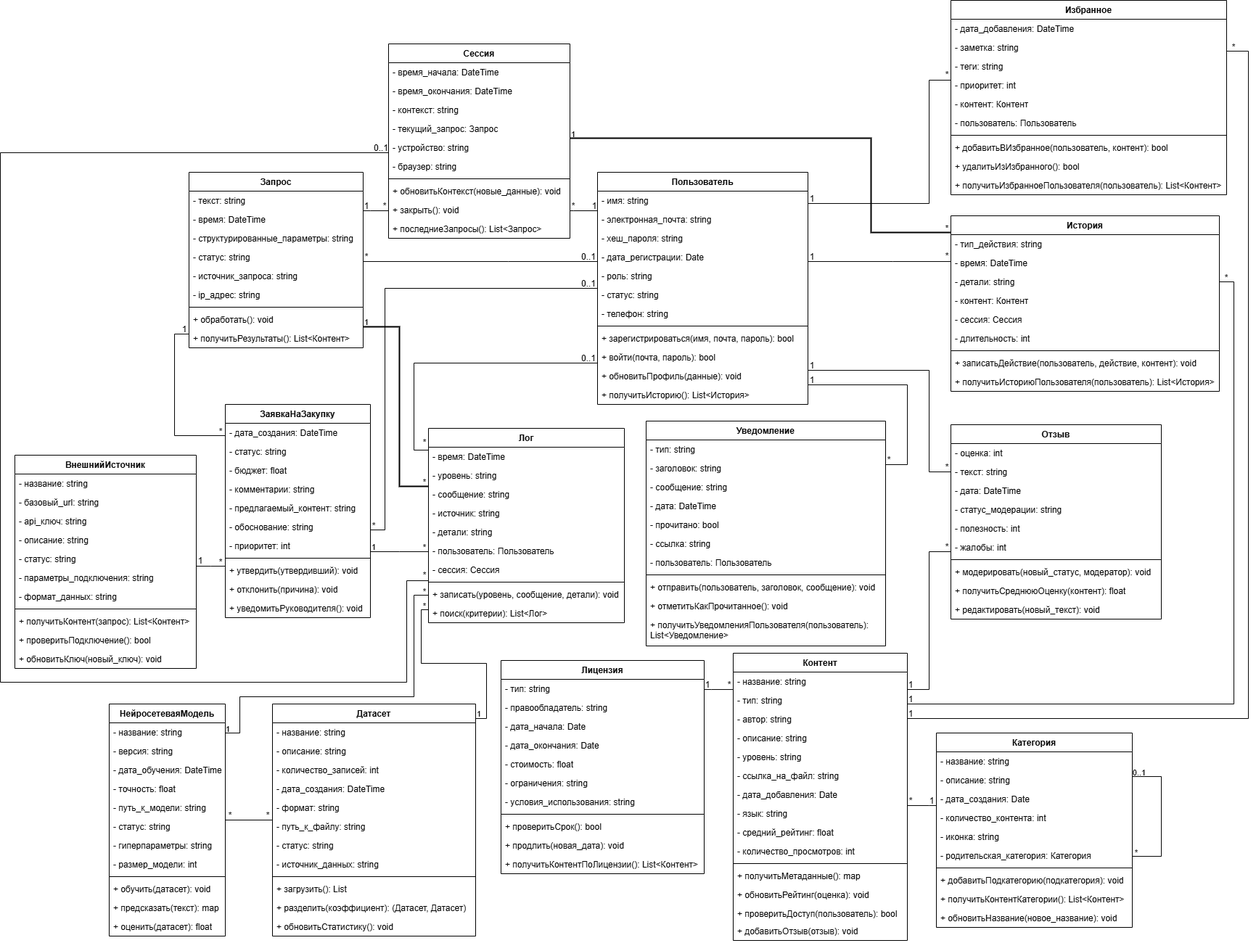
This is 6 семестр/Автоматизированные системы управление элементами промышленных и административных объектов/Практическая работа №4/Классы.drawio.png from Hohrandrey/RTU_MIREA_2023-2027, a draw.io export, as it was before one commit. Source tidied: cells renumbered, new cells last; positions are measured from the earlier drawing's top-left corner, leaving out a move shared by most shapes.
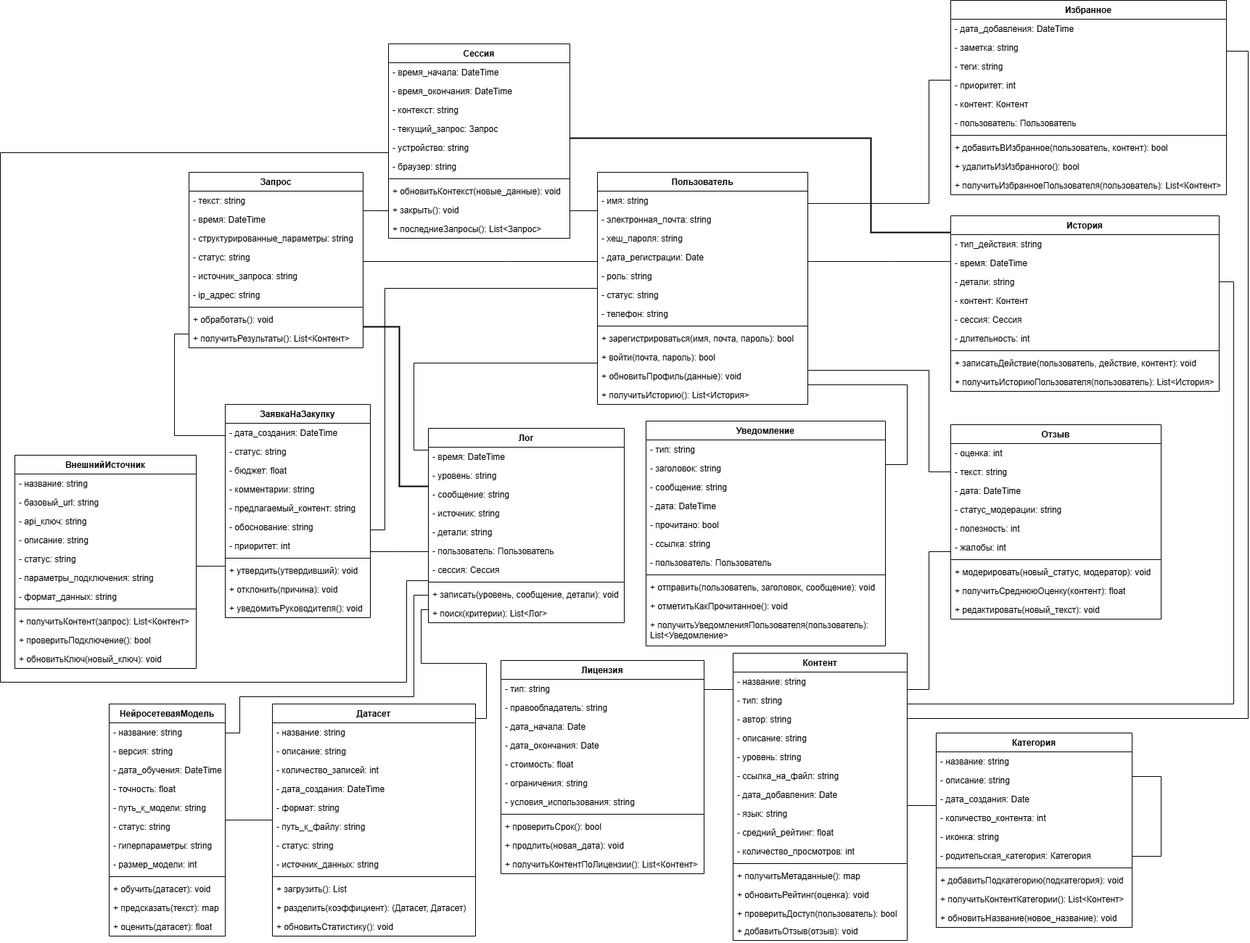
The same file after the commit.

Diff of the diagram source:
```diff
@@ -572,24 +572,6 @@
     <mxCell id="176" value="+ обновитьСтатистику(): void" style="text;strokeColor=none;fillColor=none;align=left;verticalAlign=top;spacingLeft=4;spacingRight=4;overflow=hidden;whiteSpace=wrap;html=1;" parent="164" vertex="1">
       <mxGeometry y="294" width="280" height="26" as="geometry" />
     </mxCell>
-    <mxCell id="177" value="1" style="text;html=1;whiteSpace=wrap;strokeColor=none;fillColor=none;align=center;verticalAlign=middle;rounded=0;" parent="1" vertex="1">
-      <mxGeometry x="1089" y="339" width="60" height="30" as="geometry" />
-    </mxCell>
-    <mxCell id="178" value="*" style="text;html=1;whiteSpace=wrap;strokeColor=none;fillColor=none;align=center;verticalAlign=middle;rounded=0;" parent="1" vertex="1">
-      <mxGeometry x="1275" y="338" width="60" height="30" as="geometry" />
-    </mxCell>
-    <mxCell id="179" value="*" style="text;html=1;whiteSpace=wrap;strokeColor=none;fillColor=none;align=center;verticalAlign=middle;rounded=0;" parent="1" vertex="1">
-      <mxGeometry x="1275" y="88" width="60" height="30" as="geometry" />
-    </mxCell>
-    <mxCell id="180" value="0..1" style="text;html=1;whiteSpace=wrap;strokeColor=none;fillColor=none;align=center;verticalAlign=middle;rounded=0;" parent="1" vertex="1">
-      <mxGeometry x="781" y="339" width="60" height="30" as="geometry" />
-    </mxCell>
-    <mxCell id="181" value="*" style="text;html=1;whiteSpace=wrap;strokeColor=none;fillColor=none;align=center;verticalAlign=middle;rounded=0;" parent="1" vertex="1">
-      <mxGeometry x="475" y="339" width="60" height="30" as="geometry" />
-    </mxCell>
-    <mxCell id="182" value="*" style="text;html=1;whiteSpace=wrap;strokeColor=none;fillColor=none;align=center;verticalAlign=middle;rounded=0;" parent="1" vertex="1">
-      <mxGeometry x="1275" y="629" width="60" height="30" as="geometry" />
-    </mxCell>
     <mxCell id="183" value="Уведомление" style="swimlane;fontStyle=1;align=center;verticalAlign=top;horizontal=1;startSize=26;whiteSpace=wrap;html=1;" parent="1" vertex="1">
       <mxGeometry x="890" y="580" width="330" height="310" as="geometry" />
     </mxCell>
@@ -626,15 +608,6 @@
     <mxCell id="194" value="+ получитьУведомленияПользователя(пользователь): List&lt;Уведомление&gt;" style="text;strokeColor=none;fillColor=none;align=left;verticalAlign=top;spacingLeft=4;spacingRight=4;overflow=hidden;whiteSpace=wrap;html=1;" parent="183" vertex="1">
       <mxGeometry y="268" width="330" height="42" as="geometry" />
     </mxCell>
-    <mxCell id="195" value="*" style="text;html=1;whiteSpace=wrap;strokeColor=none;fillColor=none;align=center;verticalAlign=middle;rounded=0;" parent="1" vertex="1">
-      <mxGeometry x="1195" y="619" width="60" height="30" as="geometry" />
-    </mxCell>
-    <mxCell id="196" value="1" style="text;html=1;whiteSpace=wrap;strokeColor=none;fillColor=none;align=center;verticalAlign=middle;rounded=0;" parent="1" vertex="1">
-      <mxGeometry x="1089" y="489" width="60" height="30" as="geometry" />
-    </mxCell>
-    <mxCell id="197" value="1" style="text;html=1;whiteSpace=wrap;strokeColor=none;fillColor=none;align=center;verticalAlign=middle;rounded=0;" parent="1" vertex="1">
-      <mxGeometry x="1089" y="259" width="60" height="30" as="geometry" />
-    </mxCell>
     <mxCell id="198" style="edgeStyle=orthogonalEdgeStyle;rounded=0;jettySize=auto;html=1;endArrow=none;endFill=0;" parent="1" edge="1" source="7" target="105">
       <mxGeometry relative="1" as="geometry">
         <Array as="points">
@@ -643,33 +616,6 @@
         </Array>
       </mxGeometry>
     </mxCell>
-    <mxCell id="199" value="0..1" style="text;html=1;whiteSpace=wrap;strokeColor=none;fillColor=none;align=center;verticalAlign=middle;rounded=0;" parent="1" vertex="1">
-      <mxGeometry x="781" y="376" width="60" height="30" as="geometry" />
-    </mxCell>
-    <mxCell id="200" value="*" style="text;html=1;whiteSpace=wrap;strokeColor=none;fillColor=none;align=center;verticalAlign=middle;rounded=0;" parent="1" vertex="1">
-      <mxGeometry x="485" y="710" width="60" height="30" as="geometry" />
-    </mxCell>
-    <mxCell id="201" value="*" style="text;html=1;whiteSpace=wrap;strokeColor=none;fillColor=none;align=center;verticalAlign=middle;rounded=0;" parent="1" vertex="1">
-      <mxGeometry x="975" y="929" width="60" height="30" as="geometry" />
-    </mxCell>
-    <mxCell id="202" value="1" style="text;html=1;whiteSpace=wrap;strokeColor=none;fillColor=none;align=center;verticalAlign=middle;rounded=0;" parent="1" vertex="1">
-      <mxGeometry x="945" y="929" width="60" height="30" as="geometry" />
-    </mxCell>
-    <mxCell id="203" value="1" style="text;html=1;whiteSpace=wrap;strokeColor=none;fillColor=none;align=center;verticalAlign=middle;rounded=0;" parent="1" vertex="1">
-      <mxGeometry x="1225" y="929" width="60" height="30" as="geometry" />
-    </mxCell>
-    <mxCell id="204" value="*" style="text;html=1;whiteSpace=wrap;strokeColor=none;fillColor=none;align=center;verticalAlign=middle;rounded=0;" parent="1" vertex="1">
-      <mxGeometry x="1275" y="739" width="60" height="30" as="geometry" />
-    </mxCell>
-    <mxCell id="205" value="*" style="text;html=1;whiteSpace=wrap;strokeColor=none;fillColor=none;align=center;verticalAlign=middle;rounded=0;" parent="1" vertex="1">
-      <mxGeometry x="1225" y="1089" width="60" height="30" as="geometry" />
-    </mxCell>
-    <mxCell id="206" value="1" style="text;html=1;whiteSpace=wrap;strokeColor=none;fillColor=none;align=center;verticalAlign=middle;rounded=0;" parent="1" vertex="1">
-      <mxGeometry x="1254" y="1089" width="60" height="30" as="geometry" />
-    </mxCell>
-    <mxCell id="207" value="1" style="text;html=1;whiteSpace=wrap;strokeColor=none;fillColor=none;align=center;verticalAlign=middle;rounded=0;" parent="1" vertex="1">
-      <mxGeometry x="1089" y="509" width="60" height="30" as="geometry" />
-    </mxCell>
     <mxCell id="208" style="edgeStyle=orthogonalEdgeStyle;rounded=0;jettySize=auto;html=1;endArrow=none;endFill=0;" parent="1" edge="1" source="23" target="70">
       <mxGeometry relative="1" as="geometry">
         <Array as="points">
@@ -678,12 +624,6 @@
         </Array>
       </mxGeometry>
     </mxCell>
-    <mxCell id="209" value="*" style="text;html=1;whiteSpace=wrap;strokeColor=none;fillColor=none;align=center;verticalAlign=middle;rounded=0;" parent="1" vertex="1">
-      <mxGeometry x="1670" y="50" width="60" height="30" as="geometry" />
-    </mxCell>
-    <mxCell id="210" value="1" style="text;html=1;whiteSpace=wrap;strokeColor=none;fillColor=none;align=center;verticalAlign=middle;rounded=0;" parent="1" vertex="1">
-      <mxGeometry x="1225" y="969" width="60" height="30" as="geometry" />
-    </mxCell>
     <mxCell id="211" style="edgeStyle=orthogonalEdgeStyle;rounded=0;jettySize=auto;html=1;endArrow=none;endFill=0;" parent="1" edge="1" source="39" target="105">
       <mxGeometry relative="1" as="geometry">
         <Array as="points">
@@ -692,12 +632,6 @@
         </Array>
       </mxGeometry>
     </mxCell>
-    <mxCell id="212" value="1" style="text;html=1;whiteSpace=wrap;strokeColor=none;fillColor=none;align=center;verticalAlign=middle;rounded=0;" parent="1" vertex="1">
-      <mxGeometry x="224" y="439" width="60" height="30" as="geometry" />
-    </mxCell>
-    <mxCell id="213" value="*" style="text;html=1;whiteSpace=wrap;strokeColor=none;fillColor=none;align=center;verticalAlign=middle;rounded=0;" parent="1" vertex="1">
-      <mxGeometry x="274" y="580" width="60" height="30" as="geometry" />
-    </mxCell>
     <mxCell id="214" style="edgeStyle=orthogonalEdgeStyle;rounded=0;jettySize=auto;html=1;endArrow=none;endFill=0;" parent="1" edge="1" source="49" target="7">
       <mxGeometry relative="1" as="geometry">
         <Array as="points">
@@ -706,12 +640,6 @@
         </Array>
       </mxGeometry>
     </mxCell>
-    <mxCell id="215" value="*" style="text;html=1;whiteSpace=wrap;strokeColor=none;fillColor=none;align=center;verticalAlign=middle;rounded=0;" parent="1" vertex="1">
-      <mxGeometry x="760" y="269" width="60" height="30" as="geometry" />
-    </mxCell>
-    <mxCell id="216" value="1" style="text;html=1;whiteSpace=wrap;strokeColor=none;fillColor=none;align=center;verticalAlign=middle;rounded=0;" parent="1" vertex="1">
-      <mxGeometry x="789" y="269" width="60" height="30" as="geometry" />
-    </mxCell>
     <mxCell id="217" style="edgeStyle=orthogonalEdgeStyle;rounded=0;jettySize=auto;html=1;endArrow=none;endFill=0;" parent="1" edge="1" source="49" target="39">
       <mxGeometry relative="1" as="geometry">
         <Array as="points">
@@ -720,12 +648,6 @@
         </Array>
       </mxGeometry>
     </mxCell>
-    <mxCell id="218" value="*" style="text;html=1;whiteSpace=wrap;strokeColor=none;fillColor=none;align=center;verticalAlign=middle;rounded=0;" parent="1" vertex="1">
-      <mxGeometry x="500" y="269" width="60" height="30" as="geometry" />
-    </mxCell>
-    <mxCell id="219" value="1" style="text;html=1;whiteSpace=wrap;strokeColor=none;fillColor=none;align=center;verticalAlign=middle;rounded=0;" parent="1" vertex="1">
-      <mxGeometry x="475" y="269" width="60" height="30" as="geometry" />
-    </mxCell>
     <mxCell id="220" style="edgeStyle=orthogonalEdgeStyle;rounded=0;jettySize=auto;html=1;endArrow=none;endFill=0;" parent="1" edge="1" source="105" target="93">
       <mxGeometry relative="1" as="geometry">
         <Array as="points">
@@ -734,27 +656,9 @@
         </Array>
       </mxGeometry>
     </mxCell>
-    <mxCell id="221" value="*" style="text;html=1;whiteSpace=wrap;strokeColor=none;fillColor=none;align=center;verticalAlign=middle;rounded=0;" parent="1" vertex="1">
-      <mxGeometry x="274" y="760" width="60" height="30" as="geometry" />
-    </mxCell>
-    <mxCell id="222" value="1" style="text;html=1;whiteSpace=wrap;strokeColor=none;fillColor=none;align=center;verticalAlign=middle;rounded=0;" parent="1" vertex="1">
-      <mxGeometry x="246" y="758" width="60" height="30" as="geometry" />
-    </mxCell>
     <mxCell id="223" style="edgeStyle=orthogonalEdgeStyle;rounded=0;jettySize=auto;html=1;endArrow=none;endFill=0;" parent="1" edge="1" source="139" target="164">
       <mxGeometry relative="1" as="geometry" />
     </mxCell>
-    <mxCell id="224" value="*" style="text;html=1;whiteSpace=wrap;strokeColor=none;fillColor=none;align=center;verticalAlign=middle;rounded=0;" parent="1" vertex="1">
-      <mxGeometry x="287" y="1109" width="60" height="30" as="geometry" />
-    </mxCell>
-    <mxCell id="225" value="*" style="text;html=1;whiteSpace=wrap;strokeColor=none;fillColor=none;align=center;verticalAlign=middle;rounded=0;" parent="1" vertex="1">
-      <mxGeometry x="339" y="1109" width="60" height="30" as="geometry" />
-    </mxCell>
-    <mxCell id="226" value="*" style="text;html=1;whiteSpace=wrap;strokeColor=none;fillColor=none;align=center;verticalAlign=middle;rounded=0;" parent="1" vertex="1">
-      <mxGeometry x="555" y="595" width="60" height="30" as="geometry" />
-    </mxCell>
-    <mxCell id="227" value="0..1" style="text;html=1;whiteSpace=wrap;strokeColor=none;fillColor=none;align=center;verticalAlign=middle;rounded=0;" parent="1" vertex="1">
-      <mxGeometry x="781" y="479" width="60" height="30" as="geometry" />
-    </mxCell>
     <mxCell id="228" style="edgeStyle=orthogonalEdgeStyle;rounded=0;jettySize=auto;html=1;endArrow=none;endFill=0;" parent="1" edge="1" source="153" target="49">
       <mxGeometry relative="1" as="geometry">
         <Array as="points">
@@ -765,12 +669,6 @@
         </Array>
       </mxGeometry>
     </mxCell>
-    <mxCell id="229" value="0..1" style="text;html=1;whiteSpace=wrap;strokeColor=none;fillColor=none;align=center;verticalAlign=middle;rounded=0;" parent="1" vertex="1">
-      <mxGeometry x="495" y="189" width="60" height="30" as="geometry" />
-    </mxCell>
-    <mxCell id="230" value="*" style="text;html=1;whiteSpace=wrap;strokeColor=none;fillColor=none;align=center;verticalAlign=middle;rounded=0;" parent="1" vertex="1">
-      <mxGeometry x="555" y="778" width="60" height="30" as="geometry" />
-    </mxCell>
     <mxCell id="231" style="edgeStyle=orthogonalEdgeStyle;rounded=0;jettySize=auto;html=1;fontFamily=Helvetica;fontSize=11;fontColor=default;labelBackgroundColor=none;endArrow=none;endFill=0;" parent="1" edge="1" source="23" target="60">
       <mxGeometry relative="1" as="geometry">
         <Array as="points">
@@ -779,12 +677,6 @@
         </Array>
       </mxGeometry>
     </mxCell>
-    <mxCell id="232" value="1" style="text;html=1;whiteSpace=wrap;strokeColor=none;fillColor=none;align=center;verticalAlign=middle;rounded=0;" parent="1" vertex="1">
-      <mxGeometry x="1225" y="949" width="60" height="30" as="geometry" />
-    </mxCell>
-    <mxCell id="233" value="*" style="text;html=1;whiteSpace=wrap;strokeColor=none;fillColor=none;align=center;verticalAlign=middle;rounded=0;" parent="1" vertex="1">
-      <mxGeometry x="1660" y="368" width="60" height="30" as="geometry" />
-    </mxCell>
     <mxCell id="234" style="edgeStyle=orthogonalEdgeStyle;rounded=0;jettySize=auto;html=1;fontFamily=Helvetica;fontSize=11;fontColor=default;labelBackgroundColor=none;endArrow=none;endFill=0;startSize=6;endSize=6;strokeWidth=2;" parent="1" edge="1" source="39" target="153">
       <mxGeometry relative="1" as="geometry">
         <Array as="points">
@@ -793,12 +685,6 @@
         </Array>
       </mxGeometry>
     </mxCell>
-    <mxCell id="235" value="1" style="text;html=1;whiteSpace=wrap;strokeColor=none;fillColor=none;align=center;verticalAlign=middle;rounded=0;fontFamily=Helvetica;fontSize=11;fontColor=default;labelBackgroundColor=none;" parent="1" vertex="1">
-      <mxGeometry x="475" y="429" width="60" height="30" as="geometry" />
-    </mxCell>
-    <mxCell id="236" value="*" style="text;html=1;whiteSpace=wrap;strokeColor=none;fillColor=none;align=center;verticalAlign=middle;rounded=0;fontFamily=Helvetica;fontSize=11;fontColor=default;labelBackgroundColor=none;" parent="1" vertex="1">
-      <mxGeometry x="555" y="649" width="60" height="30" as="geometry" />
-    </mxCell>
     <mxCell id="237" style="edgeStyle=orthogonalEdgeStyle;rounded=0;jettySize=auto;html=1;fontFamily=Helvetica;fontSize=11;fontColor=default;labelBackgroundColor=none;strokeWidth=2;endArrow=none;endFill=0;" parent="1" edge="1" source="49" target="60">
       <mxGeometry relative="1" as="geometry">
         <Array as="points">
@@ -807,12 +693,6 @@
         </Array>
       </mxGeometry>
     </mxCell>
-    <mxCell id="238" value="*" style="text;html=1;whiteSpace=wrap;strokeColor=none;fillColor=none;align=center;verticalAlign=middle;rounded=0;fontFamily=Helvetica;fontSize=11;fontColor=default;labelBackgroundColor=none;" parent="1" vertex="1">
-      <mxGeometry x="1275" y="299" width="60" height="30" as="geometry" />
-    </mxCell>
-    <mxCell id="239" value="1" style="text;html=1;whiteSpace=wrap;strokeColor=none;fillColor=none;align=center;verticalAlign=middle;rounded=0;fontFamily=Helvetica;fontSize=11;fontColor=default;labelBackgroundColor=none;" parent="1" vertex="1">
-      <mxGeometry x="760" y="170" width="60" height="30" as="geometry" />
-    </mxCell>
     <mxCell id="240" style="edgeStyle=orthogonalEdgeStyle;rounded=0;jettySize=auto;html=1;fontFamily=Helvetica;fontSize=11;fontColor=default;labelBackgroundColor=none;endArrow=none;endFill=0;" parent="1" edge="1" source="105" target="153">
       <mxGeometry relative="1" as="geometry">
         <Array as="points">
@@ -821,12 +701,6 @@
         </Array>
       </mxGeometry>
     </mxCell>
-    <mxCell id="241" value="1" style="text;html=1;whiteSpace=wrap;strokeColor=none;fillColor=none;align=center;verticalAlign=middle;rounded=0;fontFamily=Helvetica;fontSize=11;fontColor=default;labelBackgroundColor=none;" parent="1" vertex="1">
-      <mxGeometry x="485" y="739" width="60" height="30" as="geometry" />
-    </mxCell>
-    <mxCell id="242" value="*" style="text;html=1;whiteSpace=wrap;strokeColor=none;fillColor=none;align=center;verticalAlign=middle;rounded=0;fontFamily=Helvetica;fontSize=11;fontColor=default;labelBackgroundColor=none;" parent="1" vertex="1">
-      <mxGeometry x="555" y="739" width="60" height="30" as="geometry" />
-    </mxCell>
     <mxCell id="243" style="edgeStyle=orthogonalEdgeStyle;rounded=0;orthogonalLoop=1;jettySize=auto;html=1;fontFamily=Helvetica;fontSize=11;fontColor=default;labelBackgroundColor=none;endArrow=none;endFill=0;" parent="1" edge="1" source="128" target="128">
       <mxGeometry relative="1" as="geometry">
         <Array as="points">
@@ -835,12 +709,6 @@
         </Array>
       </mxGeometry>
     </mxCell>
-    <mxCell id="244" value="0..1" style="text;html=1;whiteSpace=wrap;strokeColor=none;fillColor=none;align=center;verticalAlign=middle;rounded=0;fontFamily=Helvetica;fontSize=11;fontColor=default;labelBackgroundColor=none;" parent="1" vertex="1">
-      <mxGeometry x="1540" y="1050" width="60" height="30" as="geometry" />
-    </mxCell>
-    <mxCell id="245" value="*" style="text;html=1;whiteSpace=wrap;strokeColor=none;fillColor=none;align=center;verticalAlign=middle;rounded=0;fontFamily=Helvetica;fontSize=11;fontColor=default;labelBackgroundColor=none;" parent="1" vertex="1">
-      <mxGeometry x="1536" y="1160" width="60" height="30" as="geometry" />
-    </mxCell>
     <mxCell id="246" style="edgeStyle=orthogonalEdgeStyle;rounded=0;jettySize=auto;html=1;fontFamily=Helvetica;fontSize=11;fontColor=default;labelBackgroundColor=none;endArrow=none;endFill=0;" parent="1" edge="1" source="139" target="153">
       <mxGeometry relative="1" as="geometry">
         <Array as="points">
@@ -851,12 +719,6 @@
         </Array>
       </mxGeometry>
     </mxCell>
-    <mxCell id="247" value="*" style="text;html=1;whiteSpace=wrap;strokeColor=none;fillColor=none;align=center;verticalAlign=middle;rounded=0;fontFamily=Helvetica;fontSize=11;fontColor=default;labelBackgroundColor=none;" parent="1" vertex="1">
-      <mxGeometry x="555" y="800" width="60" height="30" as="geometry" />
-    </mxCell>
-    <mxCell id="248" value="1" style="text;html=1;whiteSpace=wrap;strokeColor=none;fillColor=none;align=center;verticalAlign=middle;rounded=0;fontFamily=Helvetica;fontSize=11;fontColor=default;labelBackgroundColor=none;" parent="1" vertex="1">
-      <mxGeometry x="284" y="990" width="60" height="30" as="geometry" />
-    </mxCell>
     <mxCell id="249" style="edgeStyle=orthogonalEdgeStyle;rounded=0;jettySize=auto;html=1;fontFamily=Helvetica;fontSize=11;fontColor=default;labelBackgroundColor=none;endArrow=none;endFill=0;" parent="1" edge="1" source="153" target="164">
       <mxGeometry relative="1" as="geometry">
         <Array as="points">
@@ -867,11 +729,5 @@
         </Array>
       </mxGeometry>
     </mxCell>
-    <mxCell id="250" value="*" style="text;html=1;whiteSpace=wrap;strokeColor=none;fillColor=none;align=center;verticalAlign=middle;rounded=0;fontFamily=Helvetica;fontSize=11;fontColor=default;labelBackgroundColor=none;" parent="1" vertex="1">
-      <mxGeometry x="555" y="820" width="60" height="30" as="geometry" />
-    </mxCell>
-    <mxCell id="251" value="1" style="text;html=1;whiteSpace=wrap;strokeColor=none;fillColor=none;align=center;verticalAlign=middle;rounded=0;fontFamily=Helvetica;fontSize=11;fontColor=default;labelBackgroundColor=none;" parent="1" vertex="1">
-      <mxGeometry x="630" y="969" width="60" height="30" as="geometry" />
-    </mxCell>
   </root>
 </mxGraphModel>
```
